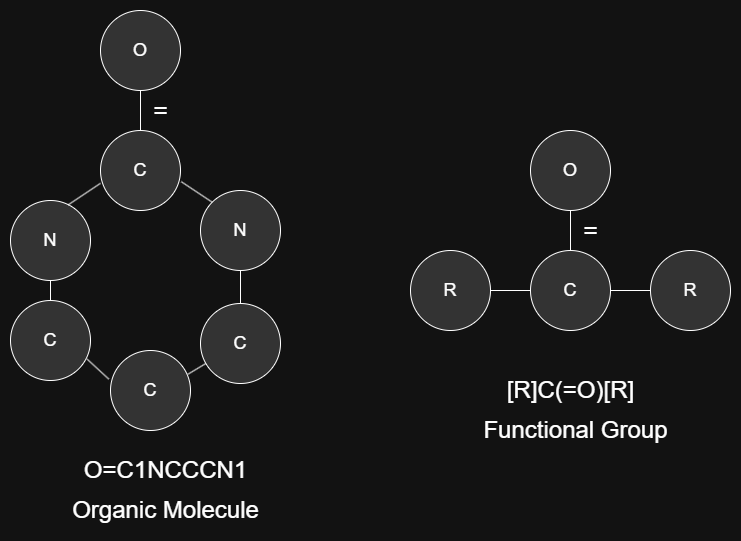
wtriddle/IFG keeps this draw.io diagram as docs/source/_static/Molecular_Graphs.png. Above is the earlier version. Source tidied: cells renumbered, new cells last; positions are measured from the earlier drawing's top-left corner, leaving out a move shared by most shapes.
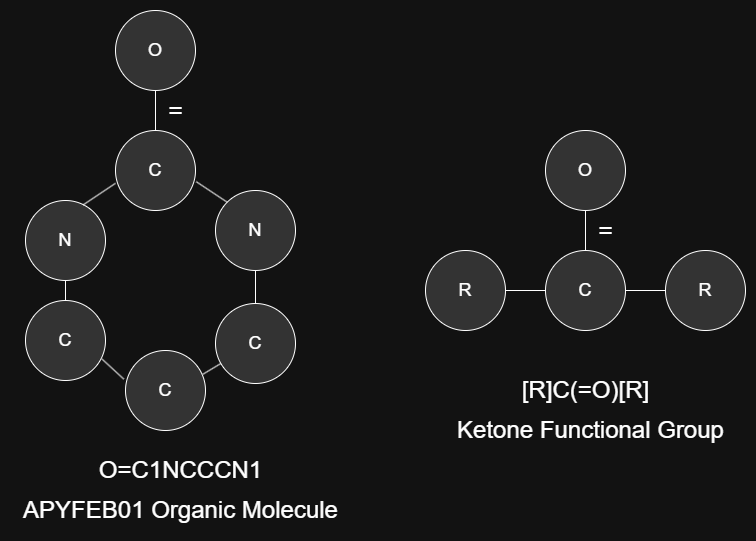
The same diagram one commit later.

Change to the diagram source:
```diff
@@ -71,11 +71,11 @@
     <mxCell id="24" style="endArrow=none;html=1;rounded=0;fontSize=18;entryX=0.5;entryY=1;entryDx=0;entryDy=0;labelBackgroundColor=#828282;strokeColor=#FFFFFF;" parent="1" edge="1" source="20" target="15">
       <mxGeometry relative="1" as="geometry" />
     </mxCell>
-    <mxCell id="25" value="&lt;span style=&quot;font-size: 24px;&quot;&gt;Organic Molecule&lt;/span&gt;" style="text;html=1;align=center;verticalAlign=middle;strokeColor=none;fillColor=none;fontColor=#FFFFFF;labelBackgroundColor=none;labelBorderColor=none;" parent="1" vertex="1">
-      <mxGeometry x="50" y="480" width="210" height="40" as="geometry" />
+    <mxCell id="25" value="&lt;span style=&quot;font-size: 24px;&quot;&gt;APYFEB01 Organic Molecule&lt;/span&gt;" style="text;html=1;align=center;verticalAlign=middle;strokeColor=none;fillColor=none;fontColor=#FFFFFF;labelBackgroundColor=none;labelBorderColor=none;" parent="1" vertex="1">
+      <mxGeometry x="-15" y="480" width="340" height="40" as="geometry" />
     </mxCell>
-    <mxCell id="26" value="&lt;span style=&quot;font-size: 24px;&quot;&gt;Functional Group&lt;/span&gt;" style="text;html=1;align=center;verticalAlign=middle;strokeColor=none;fillColor=none;fontColor=#FFFFFF;labelBackgroundColor=none;labelBorderColor=none;" parent="1" vertex="1">
-      <mxGeometry x="460" y="400" width="210" height="40" as="geometry" />
+    <mxCell id="26" value="&lt;span style=&quot;font-size: 24px;&quot;&gt;Ketone Functional Group&lt;/span&gt;" style="text;html=1;align=center;verticalAlign=middle;strokeColor=none;fillColor=none;fontColor=#FFFFFF;labelBackgroundColor=none;labelBorderColor=none;" parent="1" vertex="1">
+      <mxGeometry x="420" y="400" width="290" height="40" as="geometry" />
     </mxCell>
     <mxCell id="27" value="&lt;font style=&quot;font-size: 25px;&quot;&gt;=&lt;/font&gt;" style="text;html=1;align=center;verticalAlign=middle;strokeColor=none;fillColor=none;fontColor=#FFFFFF;" parent="1" vertex="1">
       <mxGeometry x="560" y="200" width="40" height="40" as="geometry" />
```
